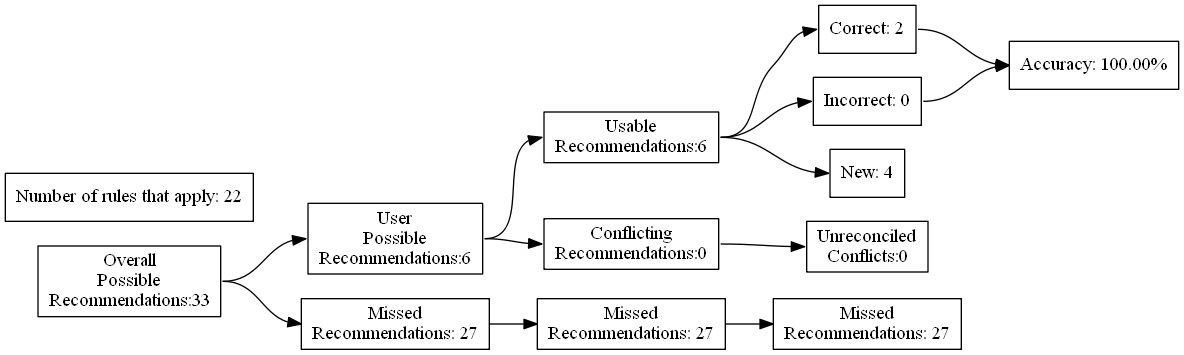
This is test_renders/106.gv.png from ZaxR/ibd_diet_analysis, a Graphviz export, as it was before one commit. Its source is kept beside it as test_renders/106.gv.
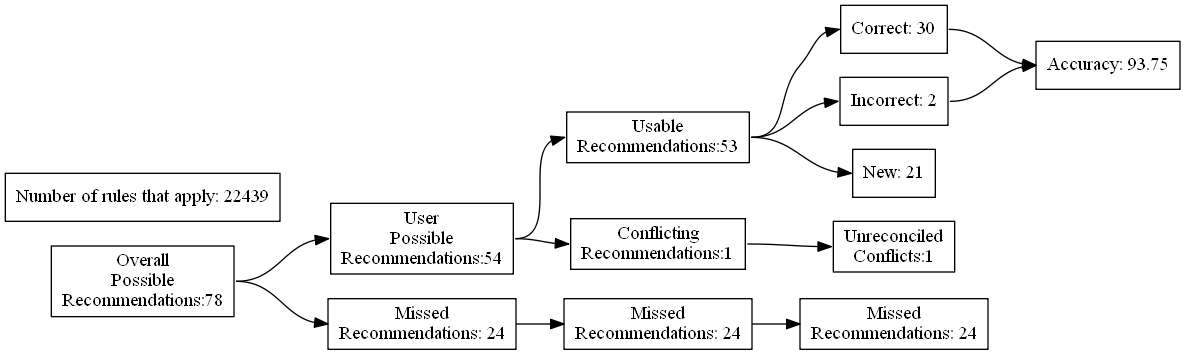
The same diagram one commit later.

Diff of the diagram source:
```diff
@@ -4,27 +4,27 @@
 	edge [headport=w tailport=e]
 		A [label="Overall
 Possible
-Recommendations:33"]
+Recommendations:78"]
 		B [label="User
 Possible
-Recommendations:6"]
+Recommendations:54"]
 		C [label="Missed
-Recommendations: 27"]
+Recommendations: 24"]
 		D [label="Usable
-Recommendations:6"]
+Recommendations:53"]
 		E [label="Conflicting
-Recommendations:0"]
+Recommendations:1"]
 		J [label="Missed
-Recommendations: 27"]
+Recommendations: 24"]
 		M [label="Unreconciled
-Conflicts:0"]
-		F [label="Correct: 2"]
-		G [label="Incorrect: 0"]
-		H [label="New: 4"]
+Conflicts:1"]
+		F [label="Correct: 30"]
+		G [label="Incorrect: 2"]
+		H [label="New: 21"]
 		K [label="Missed
-Recommendations: 27"]
-		I [label="Accuracy: 100.00%"]
-		l [label="Number of rules that apply: 22"]
+Recommendations: 24"]
+		I [label="Accuracy: 93.75"]
+		l [label="Number of rules that apply: 22439"]
 			A -> B
 			A -> C
 			B -> D
```
